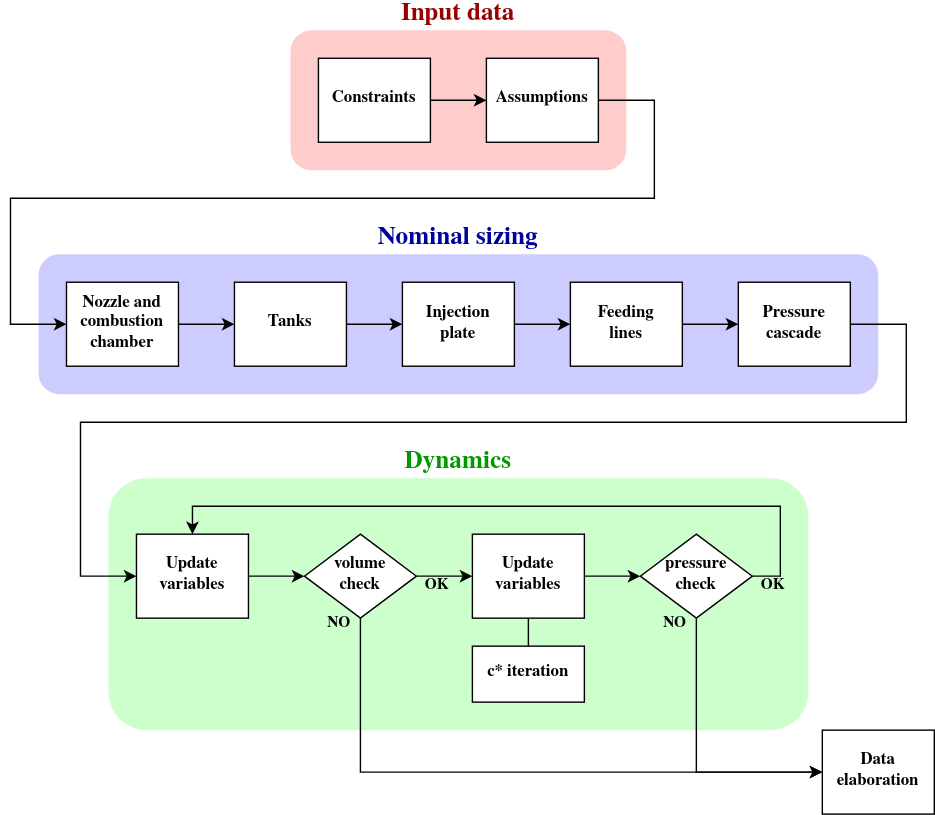
This is Images/flowchart.svg from turcualexd/Lockheed-Martini, a draw.io export, as it was before one commit. Source tidied: cells renumbered, new cells last; positions are measured from the earlier drawing's top-left corner, leaving out a move shared by most shapes.
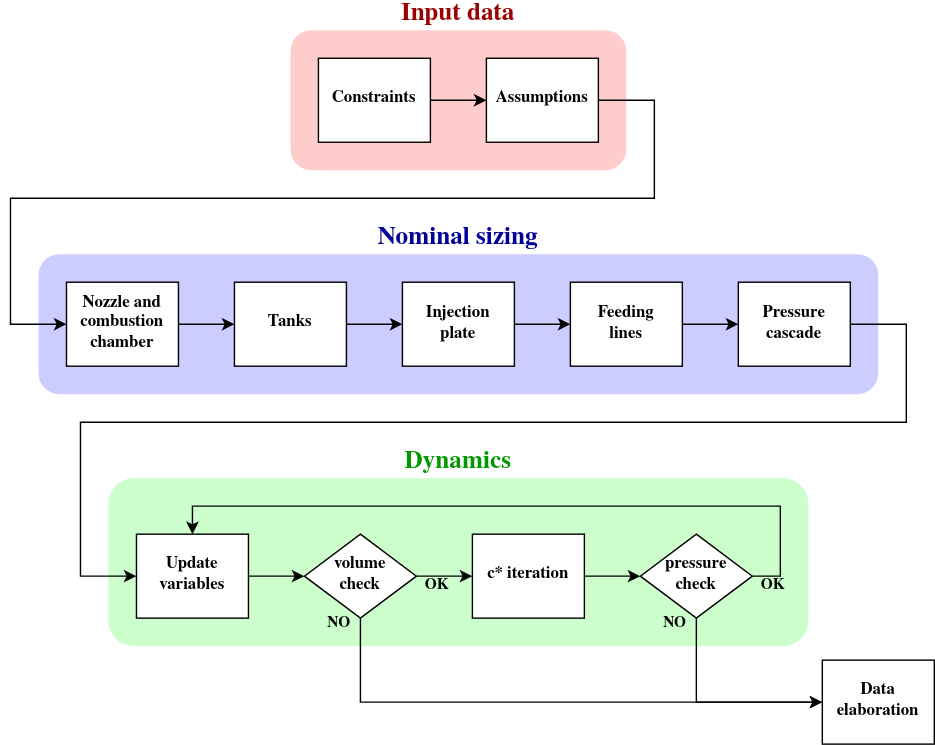
After the commit.

Commit message:
Update flowchart + MATLAB

Change to the diagram source:
```diff
@@ -3,7 +3,7 @@
     <mxCell id="0" />
     <mxCell id="1" parent="0" />
     <mxCell id="2" style="rounded=1;whiteSpace=wrap;html=1;fillStyle=auto;opacity=20;labelBackgroundColor=none;fillColor=#00FF00;fontColor=#000000;strokeColor=none;strokeWidth=3;perimeterSpacing=3;" parent="1" vertex="1">
-      <mxGeometry x="70" y="340" width="500" height="180" as="geometry" />
+      <mxGeometry x="70" y="340" width="500" height="120" as="geometry" />
     </mxCell>
     <mxCell id="3" style="rounded=1;whiteSpace=wrap;html=1;fillStyle=auto;opacity=20;labelBackgroundColor=none;fillColor=#0000FF;fontColor=#000000;strokeColor=none;strokeWidth=3;perimeterSpacing=3;" parent="1" vertex="1">
       <mxGeometry x="20" y="180" width="600" height="100" as="geometry" />
@@ -100,17 +100,11 @@
     <mxCell id="27" style="edgeStyle=orthogonalEdgeStyle;rounded=0;jettySize=auto;html=1;exitX=1;exitY=0.5;exitDx=0;exitDy=0;entryX=0;entryY=0.5;entryDx=0;entryDy=0;fontFamily=Nimbus Roman;fontStyle=1;horizontal=1;labelBackgroundColor=none;fillColor=none;fontColor=#000000;strokeColor=#000000;" parent="1" edge="1" source="29" target="26">
       <mxGeometry relative="1" as="geometry" />
     </mxCell>
-    <mxCell id="28" style="edgeStyle=orthogonalEdgeStyle;rounded=0;jettySize=auto;html=1;strokeWidth=1;endArrow=none;endFill=0;fontFamily=Nimbus Roman;fontStyle=1;horizontal=1;labelBackgroundColor=none;fillColor=none;fontColor=#000000;strokeColor=#000000;" parent="1" edge="1" source="29" target="30">
-      <mxGeometry relative="1" as="geometry" />
-    </mxCell>
-    <mxCell id="29" value="Update&lt;div&gt;variables&lt;/div&gt;" style="rounded=0;whiteSpace=wrap;html=1;fontFamily=Nimbus Roman;fontStyle=1;horizontal=1;labelBackgroundColor=none;fillColor=#FFFFFF;fontColor=#000000;strokeColor=#000000;" parent="1" vertex="1">
+    <mxCell id="29" value="c* iteration" style="rounded=0;whiteSpace=wrap;html=1;fontFamily=Nimbus Roman;fontStyle=1;horizontal=1;labelBackgroundColor=none;fillColor=#FFFFFF;fontColor=#000000;strokeColor=#000000;" parent="1" vertex="1">
       <mxGeometry x="330" y="380" width="80" height="60" as="geometry" />
     </mxCell>
-    <mxCell id="30" value="c* iteration" style="rounded=0;whiteSpace=wrap;html=1;fontFamily=Nimbus Roman;fontStyle=1;horizontal=1;labelBackgroundColor=none;fillColor=#FFFFFF;fontColor=#000000;strokeColor=#000000;" parent="1" vertex="1">
-      <mxGeometry x="330" y="460" width="80" height="40" as="geometry" />
-    </mxCell>
     <mxCell id="31" value="Data&lt;div&gt;elaboration&lt;/div&gt;" style="rounded=0;whiteSpace=wrap;html=1;fontFamily=Nimbus Roman;fontStyle=1;horizontal=1;labelBackgroundColor=none;fillColor=#FFFFFF;fontColor=#000000;strokeColor=#000000;" parent="1" vertex="1">
-      <mxGeometry x="580" y="520" width="80" height="60" as="geometry" />
+      <mxGeometry x="580" y="470" width="80" height="60" as="geometry" />
     </mxCell>
     <mxCell id="32" value="&lt;font face=&quot;Nimbus Roman&quot; size=&quot;1&quot;&gt;&lt;b style=&quot;font-size: 18px;&quot;&gt;Input data&lt;/b&gt;&lt;/font&gt;" style="text;html=1;align=center;verticalAlign=middle;whiteSpace=wrap;rounded=0;fontColor=#990000;" parent="1" vertex="1">
       <mxGeometry x="200" width="240" height="20" as="geometry" />
```
